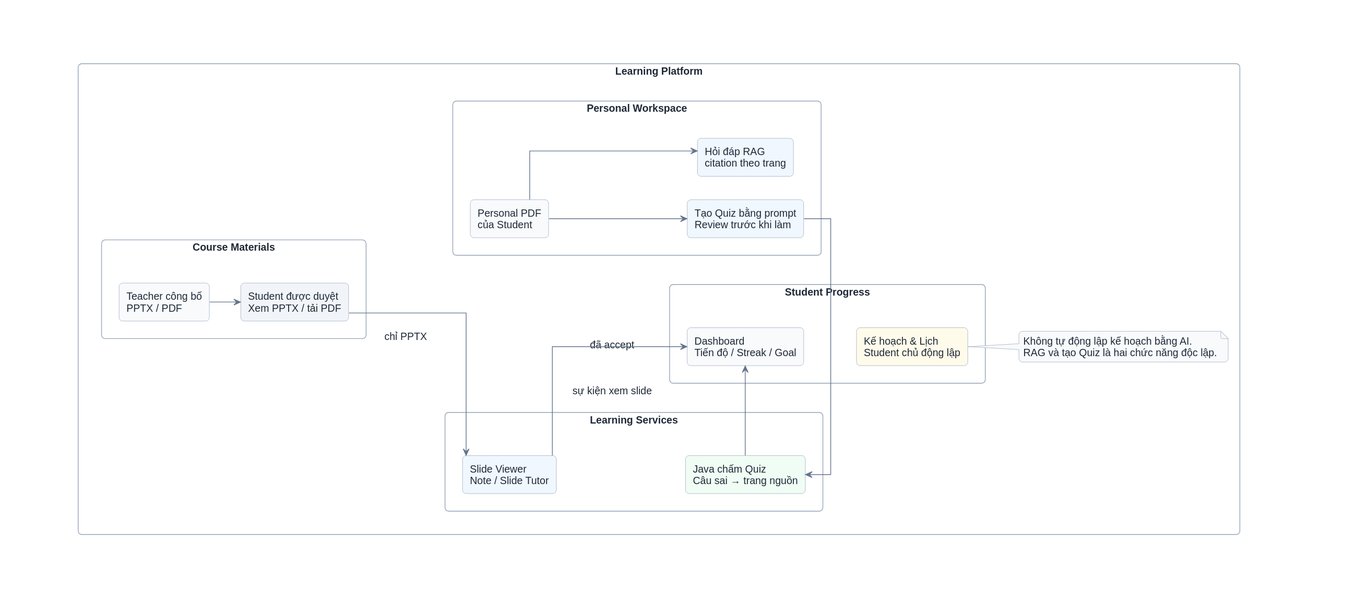
Before: docs/diagrams/chuong-1/architecture-scope-01-pham-vi-studyflow.svg, a diagram exported from PlantUML (bch7504/DATN). Source of this version:
```plantuml
@startuml
skinparam backgroundColor white
skinparam shadowing false
skinparam linetype ortho
skinparam defaultFontName Arial
skinparam defaultFontSize 14
skinparam defaultFontColor #1F2937
skinparam ArrowColor #64748B
skinparam ArrowThickness 1
skinparam RectangleBorderColor #94A3B8
skinparam RectangleBackgroundColor white
skinparam NoteBackgroundColor #F8FAFC
skinparam NoteBorderColor #94A3B8
skinparam PackageStyle rectangle
skinparam PackageBorderColor #94A3B8
skinparam PackageBackgroundColor white
skinparam PackagePadding 28
skinparam roundcorner 10
skinparam nodesep 32
skinparam ranksep 42
left to right direction

rectangle "Learning Platform" as PLATFORM #FFFFFF {
  rectangle "Course Materials" as COURSE #FFFFFF {
    rectangle "Teacher công bố\nPPTX / PDF" as TEACHER #F8FAFC
    rectangle "Student được duyệt\nXem PPTX / tải PDF" as STUDENT #F1F5F9
    TEACHER -down-> STUDENT
  }

  rectangle "Personal Workspace" as PERSONAL #FFFFFF {
    rectangle "Personal PDF\ncủa Student" as PDF #F8FAFC
    rectangle "Tạo Quiz bằng prompt\nReview trước khi làm" as QUIZ #F0F7FF
    rectangle "Hỏi đáp RAG\ncitation theo trang" as RAG #F0F7FF
    PDF -down-> QUIZ
    PDF -down-> RAG
  }

  rectangle "Learning Services" as SERVICES #FFFFFF {
    rectangle "Slide Viewer\nNote / Slide Tutor" as SLIDE #F0F7FF
    rectangle "Java chấm Quiz\nCâu sai → trang nguồn" as SCORE #F0FDF4
    SLIDE -[hidden]down-> SCORE
  }

  rectangle "Student Progress" as PROGRESS #FFFFFF {
    rectangle "Dashboard\nTiến độ / Streak / Goal" as DASHBOARD #F8FAFC
    rectangle "Kế hoạch & Lịch\nStudent chủ động lập" as PLAN #FFFBEA
    DASHBOARD -[hidden]down-> PLAN
  }

  STUDENT -right-> SLIDE : chỉ PPTX
  QUIZ -right-> SCORE : đã accept
  SLIDE -right-> DASHBOARD : sự kiện xem slide
  SCORE -right-> DASHBOARD : hoàn tất Quiz

  STUDENT -[hidden]down-> PDF
  COURSE -[hidden]down-> PERSONAL
  COURSE -[hidden]right-> SERVICES
  PERSONAL -[hidden]right-> SERVICES
  SERVICES -[hidden]right-> PROGRESS

  note right of PLAN
  Không tự động lập kế hoạch bằng AI.
  RAG và tạo Quiz là hai chức năng độc lập.
  end note
}
@enduml
```
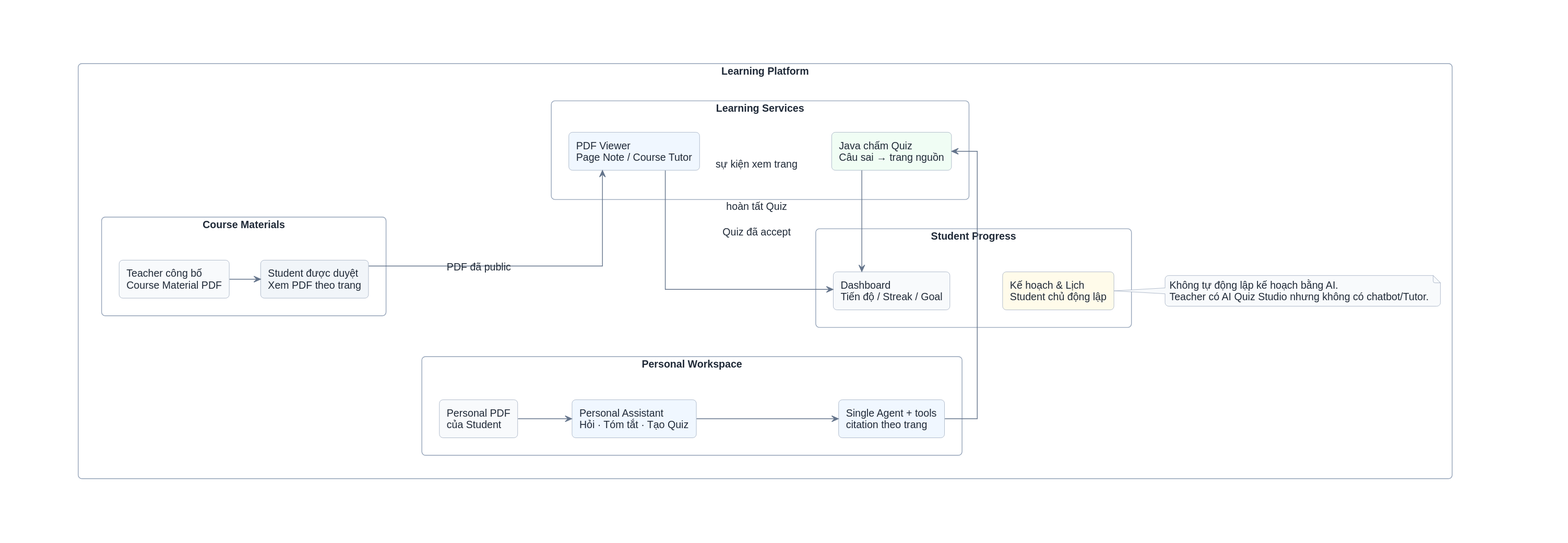
The same diagram one commit later.

The edit, as a diff of the source:
```diff
@@ -22,23 +22,23 @@
 
 rectangle "Learning Platform" as PLATFORM #FFFFFF {
   rectangle "Course Materials" as COURSE #FFFFFF {
-    rectangle "Teacher công bố\nPPTX / PDF" as TEACHER #F8FAFC
-    rectangle "Student được duyệt\nXem PPTX / tải PDF" as STUDENT #F1F5F9
+    rectangle "Teacher công bố\nCourse Material PDF" as TEACHER #F8FAFC
+    rectangle "Student được duyệt\nXem PDF theo trang" as STUDENT #F1F5F9
     TEACHER -down-> STUDENT
   }
 
   rectangle "Personal Workspace" as PERSONAL #FFFFFF {
     rectangle "Personal PDF\ncủa Student" as PDF #F8FAFC
-    rectangle "Tạo Quiz bằng prompt\nReview trước khi làm" as QUIZ #F0F7FF
-    rectangle "Hỏi đáp RAG\ncitation theo trang" as RAG #F0F7FF
-    PDF -down-> QUIZ
-    PDF -down-> RAG
+    rectangle "Personal Assistant\nHỏi · Tóm tắt · Tạo Quiz" as ASSISTANT #F0F7FF
+    rectangle "Single Agent + tools\ncitation theo trang" as AGENT #F0F7FF
+    PDF -down-> ASSISTANT
+    ASSISTANT -down-> AGENT
   }
 
   rectangle "Learning Services" as SERVICES #FFFFFF {
-    rectangle "Slide Viewer\nNote / Slide Tutor" as SLIDE #F0F7FF
+    rectangle "PDF Viewer\nPage Note / Course Tutor" as VIEWER #F0F7FF
     rectangle "Java chấm Quiz\nCâu sai → trang nguồn" as SCORE #F0FDF4
-    SLIDE -[hidden]down-> SCORE
+    VIEWER -[hidden]down-> SCORE
   }
 
   rectangle "Student Progress" as PROGRESS #FFFFFF {
@@ -47,9 +47,9 @@
     DASHBOARD -[hidden]down-> PLAN
   }
 
-  STUDENT -right-> SLIDE : chỉ PPTX
-  QUIZ -right-> SCORE : đã accept
-  SLIDE -right-> DASHBOARD : sự kiện xem slide
+  STUDENT -right-> VIEWER : PDF đã public
+  AGENT -right-> SCORE : Quiz đã accept
+  VIEWER -right-> DASHBOARD : sự kiện xem trang
   SCORE -right-> DASHBOARD : hoàn tất Quiz
 
   STUDENT -[hidden]down-> PDF
@@ -60,7 +60,7 @@
 
   note right of PLAN
   Không tự động lập kế hoạch bằng AI.
-  RAG và tạo Quiz là hai chức năng độc lập.
+  Teacher có AI Quiz Studio nhưng không có chatbot/Tutor.
   end note
 }
 @enduml
```
